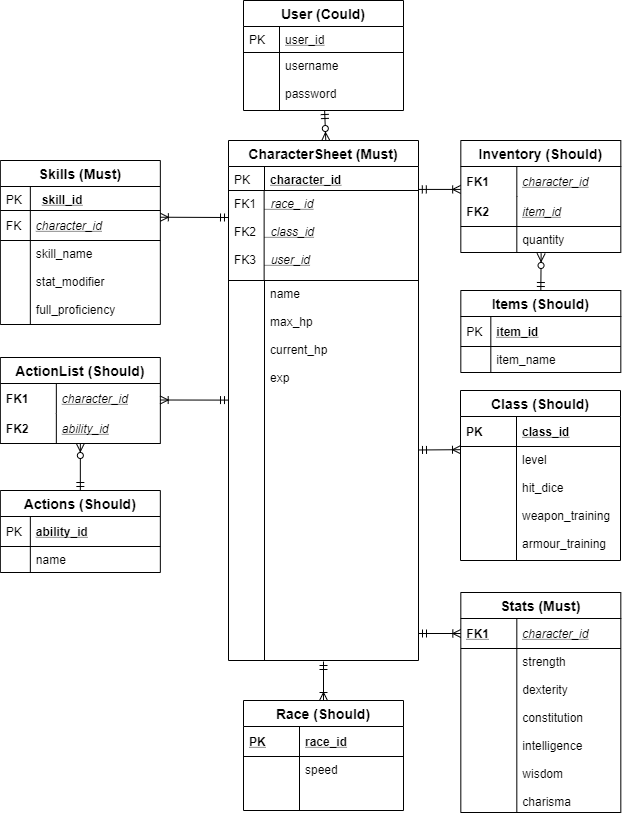
Earlier version of the draw.io export documentation/ERD DND Website.png (Christian-QA/redfern-dnd-website). Source tidied: cells renumbered, new cells last; positions are measured from the earlier drawing's top-left corner, leaving out a move shared by most shapes.
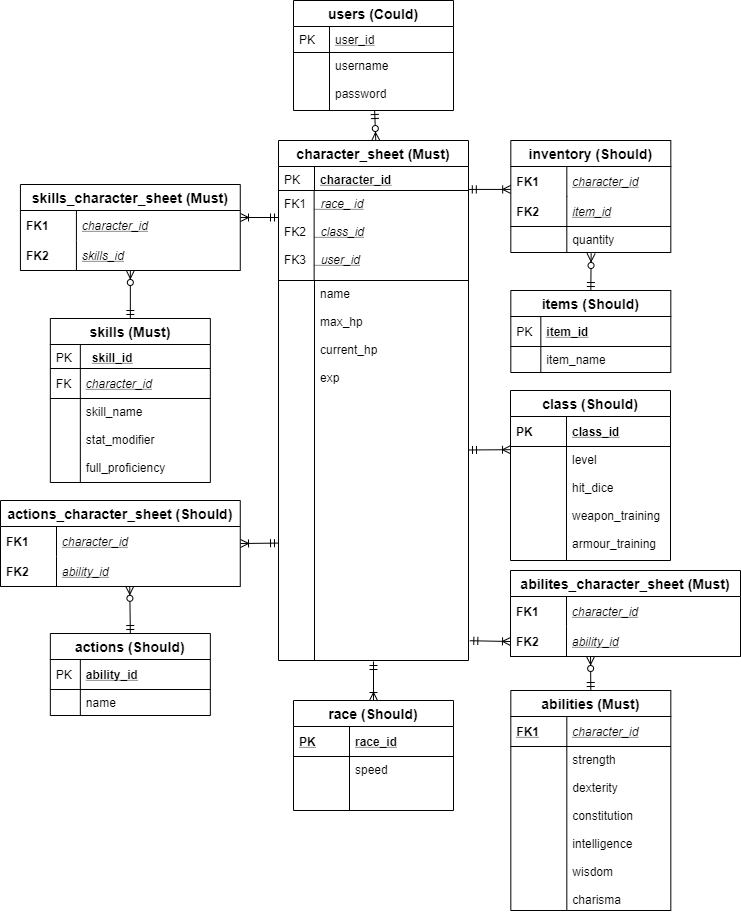
Above is the later version.

Diff of the diagram source:
```diff
@@ -5,7 +5,7 @@
     <mxCell id="2" style="fontSize=12;html=1;endArrow=ERzeroToMany;startArrow=ERmandOne;entryX=0.512;entryY=0;entryDx=0;entryDy=0;entryPerimeter=0;" parent="1" edge="1" source="48" target="3">
       <mxGeometry relative="1" as="geometry" />
     </mxCell>
-    <mxCell id="3" value="CharacterSheet (Must)" style="swimlane;fontStyle=1;horizontal=1;startSize=26;rounded=0;shadow=0;strokeWidth=1;fontSize=14;" parent="1" vertex="1">
+    <mxCell id="3" value="character_sheet (Must)" style="swimlane;fontStyle=1;horizontal=1;startSize=26;rounded=0;shadow=0;strokeWidth=1;fontSize=14;" parent="1" vertex="1">
       <mxGeometry x="228" y="140" width="190" height="520" as="geometry" />
     </mxCell>
     <mxCell id="4" value="character_id" style="shape=partialRectangle;top=0;left=0;right=0;bottom=1;align=left;verticalAlign=top;fillColor=none;spacingLeft=40;spacingRight=4;overflow=hidden;rounded=0;shadow=0;strokeWidth=1;fontStyle=5;" parent="3" vertex="1">
@@ -26,10 +26,10 @@
     <mxCell id="9" style="shape=partialRectangle;top=0;left=0;bottom=0;fillColor=none;align=left;verticalAlign=top;spacingLeft=4;spacingRight=4;overflow=hidden;" parent="8" vertex="1">
       <mxGeometry width="36" height="380" as="geometry" />
     </mxCell>
-    <mxCell id="10" style="fontSize=12;html=1;endArrow=ERoneToMany;startArrow=ERmandOne;entryX=0.999;entryY=0.824;entryDx=0;entryDy=0;entryPerimeter=0;" parent="1" edge="1">
+    <mxCell id="10" style="fontSize=12;html=1;endArrow=ERoneToMany;startArrow=ERmandOne;" parent="1" edge="1">
       <mxGeometry relative="1" as="geometry">
         <mxPoint x="228" y="217" as="sourcePoint" />
-        <mxPoint x="159.8" y="216.7" as="targetPoint" />
+        <mxPoint x="190" y="217" as="targetPoint" />
       </mxGeometry>
     </mxCell>
     <mxCell id="11" style="fontSize=12;html=1;endArrow=ERzeroToMany;startArrow=ERmandOne;exitX=0.5;exitY=0;exitDx=0;exitDy=0;entryX=0.502;entryY=1.038;entryDx=0;entryDy=0;entryPerimeter=0;" parent="1" edge="1" source="22" target="20">
@@ -38,16 +38,16 @@
     <mxCell id="12" style="fontSize=12;html=1;endArrow=ERoneToMany;startArrow=ERmandOne;exitX=0.999;exitY=-0.012;exitDx=0;exitDy=0;exitPerimeter=0;entryX=-0.001;entryY=0.764;entryDx=0;entryDy=0;entryPerimeter=0;" parent="1" edge="1" source="6" target="16">
       <mxGeometry relative="1" as="geometry" />
     </mxCell>
-    <mxCell id="13" style="fontSize=12;html=1;endArrow=ERzeroToMany;startArrow=ERmandOne;exitX=0.5;exitY=0;exitDx=0;exitDy=0;" parent="1" edge="1" source="57" target="65">
+    <mxCell id="13" style="fontSize=12;html=1;endArrow=ERzeroToMany;startArrow=ERmandOne;exitX=0.5;exitY=0;exitDx=0;exitDy=0;entryX=0.539;entryY=0.994;entryDx=0;entryDy=0;entryPerimeter=0;" parent="1" edge="1" source="57" target="65">
       <mxGeometry relative="1" as="geometry" />
     </mxCell>
-    <mxCell id="14" style="fontSize=12;html=1;endArrow=ERoneToMany;startArrow=ERmandOne;exitX=0.001;exitY=0.161;exitDx=0;exitDy=0;exitPerimeter=0;entryX=0.999;entryY=0.824;entryDx=0;entryDy=0;entryPerimeter=0;" parent="1" edge="1">
+    <mxCell id="14" style="fontSize=12;html=1;endArrow=ERoneToMany;startArrow=ERmandOne;exitX=0.001;exitY=0.161;exitDx=0;exitDy=0;exitPerimeter=0;" parent="1" edge="1">
       <mxGeometry relative="1" as="geometry">
-        <mxPoint x="228" y="399.6" as="sourcePoint" />
-        <mxPoint x="159.7" y="399.5" as="targetPoint" />
+        <mxPoint x="228" y="542.6" as="sourcePoint" />
+        <mxPoint x="190" y="543" as="targetPoint" />
       </mxGeometry>
     </mxCell>
-    <mxCell id="15" value="Inventory (Should)" style="swimlane;fontStyle=1;horizontal=1;startSize=26;align=center;fontSize=14;" parent="1" vertex="1">
+    <mxCell id="15" value="inventory (Should)" style="swimlane;fontStyle=1;horizontal=1;startSize=26;align=center;fontSize=14;" parent="1" vertex="1">
       <mxGeometry x="460.3" y="140" width="160" height="112" as="geometry" />
     </mxCell>
     <mxCell id="16" value="character_id" style="shape=partialRectangle;top=0;left=0;right=0;bottom=0;align=left;verticalAlign=middle;fillColor=none;spacingLeft=60;spacingRight=4;overflow=hidden;points=[[0,0.5],[1,0.5]];portConstraint=eastwest;fontStyle=6;fontSize=12;" parent="15" vertex="1">
@@ -68,7 +68,7 @@
     <mxCell id="21" style="shape=partialRectangle;top=0;left=0;bottom=0;fillColor=none;align=left;verticalAlign=top;spacingLeft=4;spacingRight=4;overflow=hidden;fontSize=12;" parent="20" vertex="1">
       <mxGeometry width="56" height="26" as="geometry" />
     </mxCell>
-    <mxCell id="22" value="Items (Should)" style="swimlane;fontStyle=1;horizontal=1;startSize=26;align=center;fontSize=14;" parent="1" vertex="1">
+    <mxCell id="22" value="items (Should)" style="swimlane;fontStyle=1;horizontal=1;startSize=26;align=center;fontSize=14;" parent="1" vertex="1">
       <mxGeometry x="460.3" y="290" width="160" height="82" as="geometry" />
     </mxCell>
     <mxCell id="23" value="item_id" style="shape=partialRectangle;top=0;left=0;right=0;bottom=1;align=left;verticalAlign=middle;fillColor=none;spacingLeft=34;spacingRight=4;overflow=hidden;fontStyle=5;fontSize=12;" parent="22" vertex="1">
@@ -83,7 +83,7 @@
     <mxCell id="26" style="shape=partialRectangle;top=0;left=0;bottom=0;fillColor=none;align=left;verticalAlign=top;spacingLeft=4;spacingRight=4;overflow=hidden;fontSize=12;" parent="25" vertex="1">
       <mxGeometry width="30" height="26" as="geometry" />
     </mxCell>
-    <mxCell id="27" value="Class (Should)" style="swimlane;fontStyle=1;horizontal=1;startSize=26;align=center;fontSize=14;" parent="1" vertex="1">
+    <mxCell id="27" value="class (Should)" style="swimlane;fontStyle=1;horizontal=1;startSize=26;align=center;fontSize=14;" parent="1" vertex="1">
       <mxGeometry x="460" y="390" width="160" height="170" as="geometry" />
     </mxCell>
     <mxCell id="28" value="class_id" style="shape=partialRectangle;top=0;left=0;right=0;bottom=1;align=left;verticalAlign=middle;fillColor=none;spacingLeft=60;spacingRight=4;overflow=hidden;fontStyle=5;fontSize=12;" parent="27" vertex="1">
@@ -106,12 +106,10 @@
         <mxPoint x="323" y="661" as="sourcePoint" />
       </mxGeometry>
     </mxCell>
-    <mxCell id="34" style="fontSize=12;html=1;endArrow=ERoneToMany;startArrow=ERmandOne;entryX=0;entryY=0.5;entryDx=0;entryDy=0;" parent="1" edge="1" target="44">
-      <mxGeometry relative="1" as="geometry">
-        <mxPoint x="418" y="633" as="sourcePoint" />
-      </mxGeometry>
+    <mxCell id="34" style="fontSize=12;html=1;endArrow=ERoneToMany;startArrow=ERmandOne;entryX=0;entryY=0.5;entryDx=0;entryDy=0;exitX=1.007;exitY=0.948;exitDx=0;exitDy=0;exitPerimeter=0;" parent="1" edge="1" source="8" target="75">
+      <mxGeometry relative="1" as="geometry" />
     </mxCell>
-    <mxCell id="35" value="User (Could)" style="swimlane;fontStyle=1;horizontal=1;startSize=26;rounded=0;shadow=0;strokeWidth=1;fontSize=14;" parent="1" vertex="1">
+    <mxCell id="35" value="users (Could)" style="swimlane;fontStyle=1;horizontal=1;startSize=26;rounded=0;shadow=0;strokeWidth=1;fontSize=14;" parent="1" vertex="1">
       <mxGeometry x="243" width="160" height="110" as="geometry" />
     </mxCell>
     <mxCell id="36" value="user_id" style="shape=partialRectangle;top=0;left=0;right=0;bottom=1;align=left;verticalAlign=top;fillColor=none;spacingLeft=40;spacingRight=4;overflow=hidden;rounded=0;shadow=0;strokeWidth=1;fontStyle=4;" parent="35" vertex="1">
@@ -120,7 +118,22 @@
     <mxCell id="37" value="PK" style="shape=partialRectangle;top=0;left=0;bottom=0;fillColor=none;align=left;verticalAlign=top;spacingLeft=4;spacingRight=4;overflow=hidden;" parent="36" vertex="1">
       <mxGeometry width="36" height="26" as="geometry" />
     </mxCell>
+    <mxCell id="67" value="skills_character_sheet (Must)" style="swimlane;fontStyle=1;horizontal=1;startSize=26;align=center;fontSize=14;" parent="1" vertex="1">
+      <mxGeometry x="-30.1" y="184" width="219.8" height="86" as="geometry" />
+    </mxCell>
+    <mxCell id="68" value="character_id" style="shape=partialRectangle;top=0;left=0;right=0;bottom=0;align=left;verticalAlign=middle;fillColor=none;spacingLeft=60;spacingRight=4;overflow=hidden;fontStyle=6;fontSize=12;" parent="67" vertex="1">
+      <mxGeometry y="26" width="219.8" height="30" as="geometry" />
+    </mxCell>
+    <mxCell id="69" value="FK1" style="shape=partialRectangle;fontStyle=1;top=0;left=0;bottom=0;fillColor=none;align=left;verticalAlign=middle;spacingLeft=4;spacingRight=4;overflow=hidden;fontSize=12;" parent="68" vertex="1">
+      <mxGeometry width="56" height="30" as="geometry" />
+    </mxCell>
+    <mxCell id="70" value="skills_id" style="shape=partialRectangle;top=0;left=0;right=0;bottom=1;align=left;verticalAlign=middle;fillColor=none;spacingLeft=60;spacingRight=4;overflow=hidden;points=[[0,0.5],[1,0.5]];portConstraint=eastwest;fontStyle=6;fontSize=12;" parent="67" vertex="1">
+      <mxGeometry y="56" width="219.8" height="30" as="geometry" />
+    </mxCell>
+    <mxCell id="71" value="FK2" style="shape=partialRectangle;fontStyle=1;top=0;left=0;bottom=0;fillColor=none;align=left;verticalAlign=middle;spacingLeft=4;spacingRight=4;overflow=hidden;fontSize=12;" parent="70" vertex="1">
+      <mxGeometry width="56" height="30" as="geometry" />
+    </mxCell>
-    <mxCell id="38" value="Race (Should)" style="swimlane;fontStyle=1;horizontal=1;startSize=26;align=center;fontSize=14;" parent="1" vertex="1">
+    <mxCell id="38" value="race (Should)" style="swimlane;fontStyle=1;horizontal=1;startSize=26;align=center;fontSize=14;" parent="1" vertex="1">
       <mxGeometry x="243" y="700" width="160" height="110" as="geometry" />
     </mxCell>
     <mxCell id="39" value="race_id" style="shape=partialRectangle;top=0;left=0;right=0;bottom=1;align=left;verticalAlign=middle;fillColor=none;spacingLeft=60;spacingRight=4;overflow=hidden;fontStyle=5;fontSize=12;" parent="38" vertex="1">
@@ -135,8 +148,49 @@
     <mxCell id="42" style="shape=partialRectangle;top=0;left=0;bottom=0;fillColor=none;align=left;verticalAlign=top;spacingLeft=4;spacingRight=4;overflow=hidden;fontSize=12;" parent="41" vertex="1">
       <mxGeometry width="56" height="54" as="geometry" />
     </mxCell>
+    <mxCell id="48" value="username&#10;&#10;password" style="shape=partialRectangle;top=0;left=0;right=0;bottom=0;align=left;verticalAlign=top;fillColor=none;spacingLeft=40;spacingRight=4;overflow=hidden;points=[[0,0.5],[1,0.5]];portConstraint=eastwest;rounded=0;shadow=0;strokeWidth=1;" parent="1" vertex="1">
+      <mxGeometry x="243" y="52" width="160" height="58" as="geometry" />
+    </mxCell>
+    <mxCell id="49" style="shape=partialRectangle;top=0;left=0;bottom=0;fillColor=none;align=left;verticalAlign=top;spacingLeft=4;spacingRight=4;overflow=hidden;" parent="48" vertex="1">
+      <mxGeometry width="36" height="58" as="geometry" />
+    </mxCell>
+    <mxCell id="72" value="abilites_character_sheet (Must)" style="swimlane;fontStyle=1;horizontal=1;startSize=26;align=center;fontSize=14;" parent="1" vertex="1">
+      <mxGeometry x="460" y="570" width="230" height="86" as="geometry" />
+    </mxCell>
+    <mxCell id="73" value="character_id" style="shape=partialRectangle;top=0;left=0;right=0;bottom=0;align=left;verticalAlign=middle;fillColor=none;spacingLeft=60;spacingRight=4;overflow=hidden;fontStyle=6;fontSize=12;" parent="72" vertex="1">
+      <mxGeometry y="26" width="230" height="30" as="geometry" />
+    </mxCell>
+    <mxCell id="74" value="FK1" style="shape=partialRectangle;fontStyle=1;top=0;left=0;bottom=0;fillColor=none;align=left;verticalAlign=middle;spacingLeft=4;spacingRight=4;overflow=hidden;fontSize=12;" parent="73" vertex="1">
+      <mxGeometry width="56" height="30" as="geometry" />
+    </mxCell>
+    <mxCell id="75" value="ability_id" style="shape=partialRectangle;top=0;left=0;right=0;bottom=1;align=left;verticalAlign=middle;fillColor=none;spacingLeft=60;spacingRight=4;overflow=hidden;points=[[0,0.5],[1,0.5]];portConstraint=eastwest;fontStyle=6;fontSize=12;" parent="72" vertex="1">
+      <mxGeometry y="56" width="230" height="30" as="geometry" />
+    </mxCell>
+    <mxCell id="76" value="FK2" style="shape=partialRectangle;fontStyle=1;top=0;left=0;bottom=0;fillColor=none;align=left;verticalAlign=middle;spacingLeft=4;spacingRight=4;overflow=hidden;fontSize=12;" parent="75" vertex="1">
+      <mxGeometry width="56" height="30" as="geometry" />
+    </mxCell>
+    <mxCell id="77" style="fontSize=12;html=1;endArrow=ERzeroToMany;startArrow=ERmandOne;exitX=0.5;exitY=0;exitDx=0;exitDy=0;" parent="1" edge="1" source="43">
+      <mxGeometry relative="1" as="geometry">
+        <mxPoint x="540" y="656" as="targetPoint" />
+      </mxGeometry>
+    </mxCell>
+    <mxCell id="57" value="actions (Should)" style="swimlane;fontStyle=1;horizontal=1;startSize=26;align=center;fontSize=14;" parent="1" vertex="1">
+      <mxGeometry x="-0.2" y="633" width="160" height="82" as="geometry" />
+    </mxCell>
+    <mxCell id="58" value="ability_id" style="shape=partialRectangle;top=0;left=0;right=0;bottom=1;align=left;verticalAlign=middle;fillColor=none;spacingLeft=34;spacingRight=4;overflow=hidden;fontStyle=5;fontSize=12;" parent="57" vertex="1">
+      <mxGeometry y="26" width="160" height="30" as="geometry" />
+    </mxCell>
+    <mxCell id="59" value="PK" style="shape=partialRectangle;top=0;left=0;bottom=0;fillColor=none;align=left;verticalAlign=middle;spacingLeft=4;spacingRight=4;overflow=hidden;fontSize=12;" parent="58" vertex="1">
+      <mxGeometry width="30" height="30" as="geometry" />
+    </mxCell>
+    <mxCell id="60" value="name" style="shape=partialRectangle;top=0;left=0;right=0;bottom=0;align=left;verticalAlign=top;fillColor=none;spacingLeft=34;spacingRight=4;overflow=hidden;fontSize=12;" parent="57" vertex="1">
+      <mxGeometry y="56" width="160" height="26" as="geometry" />
+    </mxCell>
+    <mxCell id="61" style="shape=partialRectangle;top=0;left=0;bottom=0;fillColor=none;align=left;verticalAlign=top;spacingLeft=4;spacingRight=4;overflow=hidden;fontSize=12;" parent="60" vertex="1">
+      <mxGeometry width="30" height="26" as="geometry" />
+    </mxCell>
-    <mxCell id="43" value="Stats (Must)" style="swimlane;fontStyle=1;horizontal=1;startSize=26;align=center;fontSize=14;" parent="1" vertex="1">
-      <mxGeometry x="460.3" y="592" width="160" height="220" as="geometry" />
+    <mxCell id="43" value="abilities (Must)" style="swimlane;fontStyle=1;horizontal=1;startSize=26;align=center;fontSize=14;" parent="1" vertex="1">
+      <mxGeometry x="460.3" y="690" width="160" height="220" as="geometry" />
     </mxCell>
     <mxCell id="44" value="character_id" style="shape=partialRectangle;top=0;left=0;right=0;bottom=1;align=left;verticalAlign=middle;fillColor=none;spacingLeft=60;spacingRight=4;overflow=hidden;points=[[0,0.5],[1,0.5]];portConstraint=eastwest;fontStyle=6;fontSize=12;" parent="43" vertex="1">
       <mxGeometry y="26" width="160" height="30" as="geometry" />
@@ -150,14 +204,8 @@
     <mxCell id="47" style="shape=partialRectangle;top=0;left=0;bottom=0;fillColor=none;align=left;verticalAlign=top;spacingLeft=4;spacingRight=4;overflow=hidden;fontSize=12;" parent="46" vertex="1">
       <mxGeometry width="56" height="164" as="geometry" />
     </mxCell>
-    <mxCell id="48" value="username&#10;&#10;password" style="shape=partialRectangle;top=0;left=0;right=0;bottom=0;align=left;verticalAlign=top;fillColor=none;spacingLeft=40;spacingRight=4;overflow=hidden;points=[[0,0.5],[1,0.5]];portConstraint=eastwest;rounded=0;shadow=0;strokeWidth=1;" parent="1" vertex="1">
-      <mxGeometry x="243" y="52" width="160" height="58" as="geometry" />
-    </mxCell>
-    <mxCell id="49" style="shape=partialRectangle;top=0;left=0;bottom=0;fillColor=none;align=left;verticalAlign=top;spacingLeft=4;spacingRight=4;overflow=hidden;" parent="48" vertex="1">
-      <mxGeometry width="36" height="58" as="geometry" />
-    </mxCell>
-    <mxCell id="50" value="Skills (Must)" style="swimlane;fontStyle=1;horizontal=1;startSize=26;align=center;fontSize=14;" parent="1" vertex="1">
-      <mxGeometry x="-0.2" y="160" width="160" height="164" as="geometry" />
+    <mxCell id="50" value="skills (Must)" style="swimlane;fontStyle=1;horizontal=1;startSize=26;align=center;fontSize=14;" parent="1" vertex="1">
+      <mxGeometry x="-0.2" y="318" width="160" height="164" as="geometry" />
     </mxCell>
     <mxCell id="51" value="skill_id" style="shape=partialRectangle;top=0;left=0;right=0;bottom=1;align=left;verticalAlign=top;fillColor=none;spacingLeft=40;spacingRight=4;overflow=hidden;rounded=0;shadow=0;strokeWidth=1;fontStyle=5;" parent="50" vertex="1">
       <mxGeometry y="26" width="160" height="24" as="geometry" />
@@ -177,32 +225,20 @@
     <mxCell id="56" style="shape=partialRectangle;top=0;left=0;bottom=0;fillColor=none;align=left;verticalAlign=top;spacingLeft=4;spacingRight=4;overflow=hidden;fontSize=12;" parent="55" vertex="1">
       <mxGeometry width="30" height="84" as="geometry" />
     </mxCell>
-    <mxCell id="57" value="Actions (Should)" style="swimlane;fontStyle=1;horizontal=1;startSize=26;align=center;fontSize=14;" parent="1" vertex="1">
-      <mxGeometry x="-0.2" y="490" width="160" height="82" as="geometry" />
-    </mxCell>
-    <mxCell id="58" value="ability_id" style="shape=partialRectangle;top=0;left=0;right=0;bottom=1;align=left;verticalAlign=middle;fillColor=none;spacingLeft=34;spacingRight=4;overflow=hidden;fontStyle=5;fontSize=12;" parent="57" vertex="1">
-      <mxGeometry y="26" width="160" height="30" as="geometry" />
-    </mxCell>
-    <mxCell id="59" value="PK" style="shape=partialRectangle;top=0;left=0;bottom=0;fillColor=none;align=left;verticalAlign=middle;spacingLeft=4;spacingRight=4;overflow=hidden;fontSize=12;" parent="58" vertex="1">
-      <mxGeometry width="30" height="30" as="geometry" />
-    </mxCell>
-    <mxCell id="60" value="name" style="shape=partialRectangle;top=0;left=0;right=0;bottom=0;align=left;verticalAlign=top;fillColor=none;spacingLeft=34;spacingRight=4;overflow=hidden;fontSize=12;" parent="57" vertex="1">
-      <mxGeometry y="56" width="160" height="26" as="geometry" />
-    </mxCell>
-    <mxCell id="61" style="shape=partialRectangle;top=0;left=0;bottom=0;fillColor=none;align=left;verticalAlign=top;spacingLeft=4;spacingRight=4;overflow=hidden;fontSize=12;" parent="60" vertex="1">
-      <mxGeometry width="30" height="26" as="geometry" />
-    </mxCell>
+    <mxCell id="78" style="fontSize=12;html=1;endArrow=ERzeroToMany;startArrow=ERmandOne;exitX=0.5;exitY=0;exitDx=0;exitDy=0;" parent="1" edge="1" source="50" target="70">
+      <mxGeometry relative="1" as="geometry" />
+    </mxCell>
-    <mxCell id="62" value="ActionList (Should)" style="swimlane;fontStyle=1;horizontal=1;startSize=26;align=center;fontSize=14;" parent="1" vertex="1">
-      <mxGeometry x="-0.2" y="357" width="160" height="86" as="geometry" />
+    <mxCell id="62" value="actions_character_sheet (Should)" style="swimlane;fontStyle=1;horizontal=1;startSize=26;align=center;fontSize=14;" parent="1" vertex="1">
+      <mxGeometry x="-50" y="500" width="239.8" height="86" as="geometry" />
     </mxCell>
     <mxCell id="63" value="character_id" style="shape=partialRectangle;top=0;left=0;right=0;bottom=0;align=left;verticalAlign=middle;fillColor=none;spacingLeft=60;spacingRight=4;overflow=hidden;fontStyle=6;fontSize=12;" parent="62" vertex="1">
-      <mxGeometry y="26" width="160" height="30" as="geometry" />
+      <mxGeometry y="26" width="239.8" height="30" as="geometry" />
     </mxCell>
     <mxCell id="64" value="FK1" style="shape=partialRectangle;fontStyle=1;top=0;left=0;bottom=0;fillColor=none;align=left;verticalAlign=middle;spacingLeft=4;spacingRight=4;overflow=hidden;fontSize=12;" parent="63" vertex="1">
       <mxGeometry width="56" height="30" as="geometry" />
     </mxCell>
     <mxCell id="65" value="ability_id" style="shape=partialRectangle;top=0;left=0;right=0;bottom=1;align=left;verticalAlign=middle;fillColor=none;spacingLeft=60;spacingRight=4;overflow=hidden;points=[[0,0.5],[1,0.5]];portConstraint=eastwest;fontStyle=6;fontSize=12;" parent="62" vertex="1">
-      <mxGeometry y="56" width="160" height="30" as="geometry" />
+      <mxGeometry y="56" width="239.8" height="30" as="geometry" />
     </mxCell>
     <mxCell id="66" value="FK2" style="shape=partialRectangle;fontStyle=1;top=0;left=0;bottom=0;fillColor=none;align=left;verticalAlign=middle;spacingLeft=4;spacingRight=4;overflow=hidden;fontSize=12;" parent="65" vertex="1">
       <mxGeometry width="56" height="30" as="geometry" />
```
